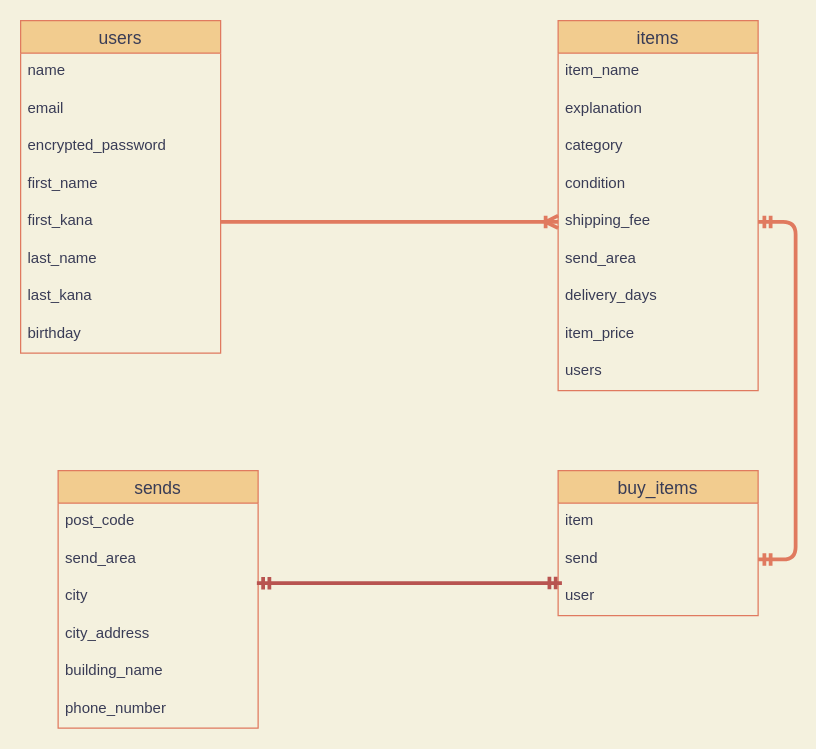
This is .dio from suzukida/furima-36762, a draw.io file, before an edit. Source tidied: cells renumbered, new cells numbered last; positions are measured from the earlier drawing's top-left corner, leaving out a move shared by most shapes. Both pictures are drawn from the tidied source at 125%, with x=0, y=0 at pixel (20, 20).
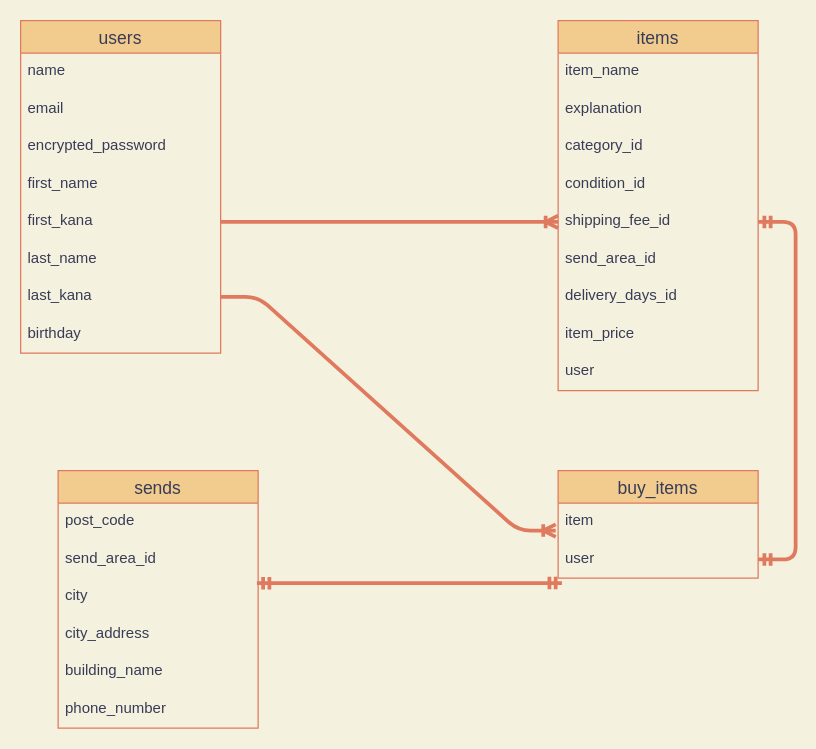
Above is the later version.

The change refers to these unchanged cells:
```xml
<mxCell id="9" value="last_kana" style="text;strokeColor=none;fillColor=none;spacingLeft=4;spacingRight=4;overflow=hidden;points=[[0,0.5],[1,0.5]];portConstraint=eastwest;fontSize=12;fontColor=#393C56;" parent="2" vertex="1">
  <mxGeometry y="206" width="160" height="30" as="geometry" />
</mxCell>
<mxCell id="11" value="items" style="swimlane;fontStyle=0;horizontal=1;startSize=26;align=center;fontSize=14;fillColor=#F2CC8F;strokeColor=#E07A5F;fontColor=#393C56;" parent="1" vertex="1">
  <mxGeometry x="430" width="160" height="296" as="geometry" />
</mxCell>
<mxCell id="22" value="sends" style="swimlane;fontStyle=0;horizontal=1;startSize=26;align=center;fontSize=14;rounded=0;sketch=0;fontColor=#393C56;strokeColor=#E07A5F;fillColor=#F2CC8F;" parent="1" vertex="1">
  <mxGeometry x="30" y="360" width="160" height="206" as="geometry" />
</mxCell>
<mxCell id="30" value="item" style="text;strokeColor=none;fillColor=none;spacingLeft=4;spacingRight=4;overflow=hidden;points=[[0,0.5],[1,0.5]];portConstraint=eastwest;fontSize=12;fontColor=#393C56;" parent="29" vertex="1">
  <mxGeometry y="26" width="160" height="30" as="geometry" />
</mxCell>
```

Change to the diagram source:
```diff
@@
-    <mxCell id="14" value="category" style="text;strokeColor=none;fillColor=none;spacingLeft=4;spacingRight=4;overflow=hidden;fontSize=12;fontColor=#393C56;" parent="11" vertex="1">
+    <mxCell id="14" value="category_id" style="text;strokeColor=none;fillColor=none;spacingLeft=4;spacingRight=4;overflow=hidden;fontSize=12;fontColor=#393C56;" parent="11" vertex="1">
       <mxGeometry y="86" width="160" height="30" as="geometry" />
     </mxCell>
-    <mxCell id="15" value="condition" style="text;strokeColor=none;fillColor=none;spacingLeft=4;spacingRight=4;overflow=hidden;fontSize=12;fontColor=#393C56;" parent="11" vertex="1">
+    <mxCell id="15" value="condition_id" style="text;strokeColor=none;fillColor=none;spacingLeft=4;spacingRight=4;overflow=hidden;fontSize=12;fontColor=#393C56;" parent="11" vertex="1">
       <mxGeometry y="116" width="160" height="30" as="geometry" />
     </mxCell>
-    <mxCell id="16" value="shipping_fee" style="text;strokeColor=none;fillColor=none;spacingLeft=4;spacingRight=4;overflow=hidden;points=[[0,0.5],[1,0.5]];portConstraint=eastwest;fontSize=12;fontColor=#393C56;" parent="11" vertex="1">
+    <mxCell id="16" value="shipping_fee_id" style="text;strokeColor=none;fillColor=none;spacingLeft=4;spacingRight=4;overflow=hidden;points=[[0,0.5],[1,0.5]];portConstraint=eastwest;fontSize=12;fontColor=#393C56;" parent="11" vertex="1">
       <mxGeometry y="146" width="160" height="30" as="geometry" />
     </mxCell>
-    <mxCell id="17" value="send_area" style="text;strokeColor=none;fillColor=none;spacingLeft=4;spacingRight=4;overflow=hidden;fontSize=12;fontColor=#393C56;" parent="11" vertex="1">
+    <mxCell id="17" value="send_area_id" style="text;strokeColor=none;fillColor=none;spacingLeft=4;spacingRight=4;overflow=hidden;fontSize=12;fontColor=#393C56;" parent="11" vertex="1">
       <mxGeometry y="176" width="160" height="30" as="geometry" />
     </mxCell>
-    <mxCell id="18" value="delivery_days" style="text;strokeColor=none;fillColor=none;spacingLeft=4;spacingRight=4;overflow=hidden;fontSize=12;fontColor=#393C56;" parent="11" vertex="1">
+    <mxCell id="18" value="delivery_days_id" style="text;strokeColor=none;fillColor=none;spacingLeft=4;spacingRight=4;overflow=hidden;fontSize=12;fontColor=#393C56;" parent="11" vertex="1">
       <mxGeometry y="206" width="160" height="30" as="geometry" />
     </mxCell>
@@
-    <mxCell id="20" value="users" style="text;strokeColor=none;fillColor=none;spacingLeft=4;spacingRight=4;overflow=hidden;fontSize=12;fontColor=#393C56;" parent="11" vertex="1">
+    <mxCell id="20" value="user" style="text;strokeColor=none;fillColor=none;spacingLeft=4;spacingRight=4;overflow=hidden;fontSize=12;fontColor=#393C56;" parent="11" vertex="1">
       <mxGeometry y="266" width="160" height="30" as="geometry" />
     </mxCell>
@@
-    <mxCell id="24" value="send_area" style="text;strokeColor=none;fillColor=none;spacingLeft=4;spacingRight=4;overflow=hidden;fontSize=12;fontColor=#393C56;" parent="22" vertex="1">
+    <mxCell id="24" value="send_area_id" style="text;strokeColor=none;fillColor=none;spacingLeft=4;spacingRight=4;overflow=hidden;fontSize=12;fontColor=#393C56;" parent="22" vertex="1">
       <mxGeometry y="56" width="160" height="30" as="geometry" />
     </mxCell>
@@
     <mxCell id="29" value="buy_items" style="swimlane;fontStyle=0;horizontal=1;startSize=26;align=center;fontSize=14;rounded=0;sketch=0;fontColor=#393C56;strokeColor=#E07A5F;fillColor=#F2CC8F;" parent="1" vertex="1">
-      <mxGeometry x="430" y="360" width="160" height="116" as="geometry" />
+      <mxGeometry x="430" y="360" width="160" height="86" as="geometry" />
     </mxCell>
@@
-    <mxCell id="31" value="send" style="text;strokeColor=none;fillColor=none;spacingLeft=4;spacingRight=4;overflow=hidden;points=[[0,0.5],[1,0.5]];portConstraint=eastwest;fontSize=12;fontColor=#393C56;" parent="29" vertex="1">
+    <mxCell id="31" value="user" style="text;strokeColor=none;fillColor=none;spacingLeft=4;spacingRight=4;overflow=hidden;points=[[0,0.5],[1,0.5]];portConstraint=eastwest;fontSize=12;fontColor=#393C56;" parent="29" vertex="1">
       <mxGeometry y="56" width="160" height="30" as="geometry" />
     </mxCell>
-    <mxCell id="32" value="user" style="text;strokeColor=none;fillColor=none;spacingLeft=4;spacingRight=4;overflow=hidden;fontSize=12;fontColor=#393C56;" parent="29" vertex="1">
-      <mxGeometry y="86" width="160" height="30" as="geometry" />
-    </mxCell>
-    <mxCell id="33" style="edgeStyle=entityRelationEdgeStyle;fontSize=12;html=1;endArrow=ERmandOne;startArrow=ERmandOne;fontColor=#393C56;strokeColor=#b85450;fillColor=#f8cecc;entryX=0.019;entryY=1.133;entryDx=0;entryDy=0;entryPerimeter=0;strokeWidth=3;gradientColor=#ea6b66;" parent="1" edge="1" target="31">
+    <mxCell id="33" style="edgeStyle=entityRelationEdgeStyle;fontSize=12;html=1;endArrow=ERmandOne;startArrow=ERmandOne;fontColor=#393C56;strokeColor=#E07A5F;fillColor=#F2CC8F;entryX=0.019;entryY=1.133;entryDx=0;entryDy=0;entryPerimeter=0;strokeWidth=3;labelBackgroundColor=#F4F1DE;" parent="1" edge="1" target="31">
       <mxGeometry relative="1" as="geometry">
         <mxPoint x="189" y="450" as="sourcePoint" />
       </mxGeometry>
     </mxCell>
-    <mxCell id="34" style="edgeStyle=entityRelationEdgeStyle;fontSize=12;html=1;endArrow=ERmandOne;startArrow=ERmandOne;fontColor=#393C56;strokeColor=#E07A5F;strokeWidth=3;fillColor=#F2CC8F;exitX=1;exitY=0.5;exitDx=0;exitDy=0;entryX=1;entryY=0.5;entryDx=0;entryDy=0;" parent="1" edge="1" source="16" target="31">
+    <mxCell id="34" style="edgeStyle=entityRelationEdgeStyle;fontSize=12;html=1;endArrow=ERmandOne;startArrow=ERmandOne;fontColor=#393C56;strokeColor=#E07A5F;strokeWidth=3;fillColor=#F2CC8F;exitX=1;exitY=0.5;exitDx=0;exitDy=0;entryX=1;entryY=0.5;entryDx=0;entryDy=0;labelBackgroundColor=#F4F1DE;" parent="1" edge="1" source="16" target="31">
       <mxGeometry relative="1" as="geometry" />
     </mxCell>
+    <mxCell id="35" style="edgeStyle=entityRelationEdgeStyle;fontSize=12;html=1;endArrow=ERoneToMany;exitX=1;exitY=0.5;exitDx=0;exitDy=0;entryX=-0.012;entryY=0.733;entryDx=0;entryDy=0;entryPerimeter=0;labelBackgroundColor=#F4F1DE;strokeColor=#E07A5F;fontColor=#393C56;strokeWidth=3;" parent="1" edge="1" source="9" target="30">
+      <mxGeometry relative="1" as="geometry" />
+    </mxCell>
```
